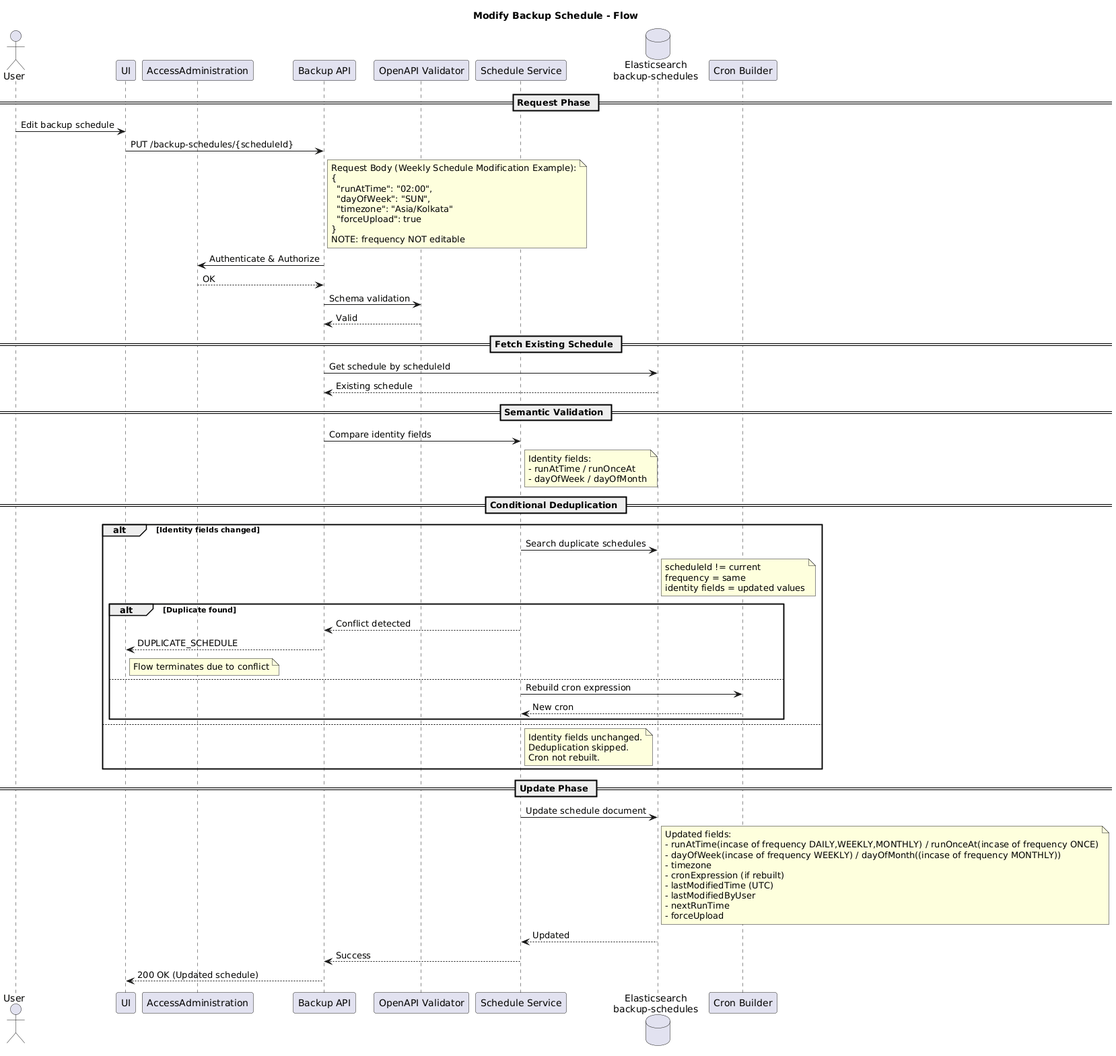
This is spec/diagrams/BackupScheduleModify/BackupScheduleModifyPNG.png from openBackhaul/_BackupAndRestore, a PlantUML export, as it was before one commit. Source of this version:
```plantuml
@startuml
title Modify Backup Schedule - Flow

actor User
participant UI
participant "AccessAdministration" as Auth
participant "Backup API" as API
participant "OpenAPI Validator" as OAV
participant "Schedule Service" as Service
database "Elasticsearch\nbackup-schedules" as ES
participant "Cron Builder" as Cron

== Request Phase ==

User -> UI : Edit backup schedule
UI -> API : PUT /backup-schedules/{scheduleId}

note right of API
Request Body (Weekly Schedule Modification Example):
{
  "runAtTime": "02:00",
  "dayOfWeek": "SUN",
  "timezone": "Asia/Kolkata"
  "forceUpload": true
}
NOTE: frequency NOT editable
end note

API -> Auth : Authenticate & Authorize
Auth --> API : OK

API -> OAV : Schema validation
OAV --> API : Valid

== Fetch Existing Schedule ==

API -> ES : Get schedule by scheduleId
ES --> API : Existing schedule

== Semantic Validation ==

API -> Service : Compare identity fields

note right of Service
Identity fields:
- runAtTime / runOnceAt
- dayOfWeek / dayOfMonth
end note

== Conditional Deduplication ==

alt Identity fields changed
  Service -> ES : Search duplicate schedules
  note right of ES
  scheduleId != current
  frequency = same
  identity fields = updated values
  end note

  alt Duplicate found
    Service --> API : Conflict detected
    API --> UI : DUPLICATE_SCHEDULE
    note right of UI
    Flow terminates due to conflict
    end note
  else
    Service -> Cron : Rebuild cron expression
    Cron --> Service : New cron
  end

else
  note right of Service
  Identity fields unchanged.
  Deduplication skipped.
  Cron not rebuilt.
  end note
end

== Update Phase ==

Service -> ES : Update schedule document
note right of ES
Updated fields:
- runAtTime(incase of frequency DAILY,WEEKLY,MONTHLY) / runOnceAt(incase of frequency ONCE)
- dayOfWeek(incase of frequency WEEKLY) / dayOfMonth((incase of frequency MONTHLY))
- timezone
- cronExpression (if rebuilt)
- lastModifiedTime (UTC)
- lastModifiedByUser
- nextRunTime
- forceUpload
end note

ES --> Service : Updated
Service --> API : Success
API --> UI : 200 OK (Updated schedule)
@enduml
```
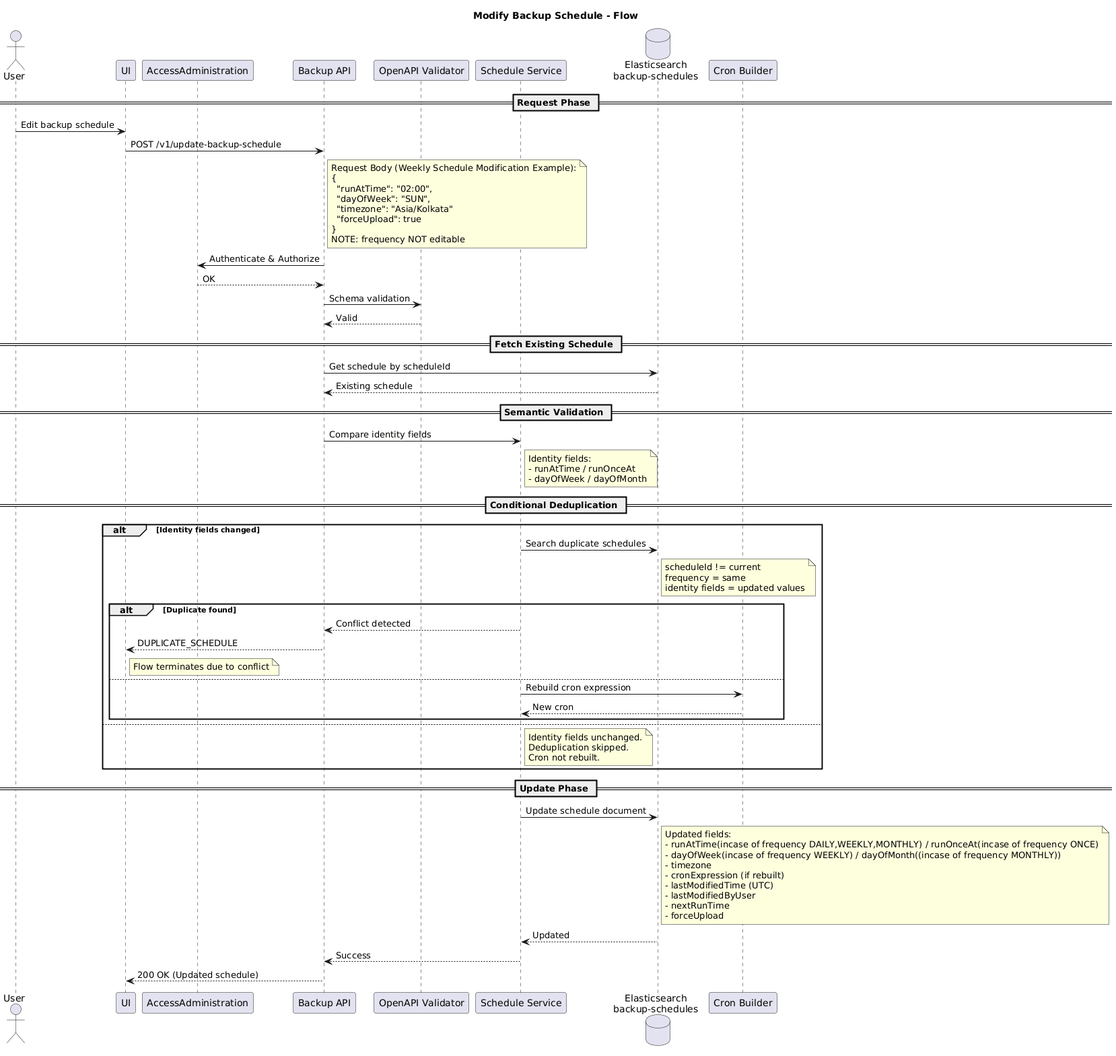
Later version of the same file.

The edit, as a diff of the source:
```diff
@@ -13,7 +13,7 @@
 == Request Phase ==
 
 User -> UI : Edit backup schedule
-UI -> API : PUT /backup-schedules/{scheduleId}
+UI -> API : POST /v1/update-backup-schedule
 
 note right of API
 Request Body (Weekly Schedule Modification Example):
```
